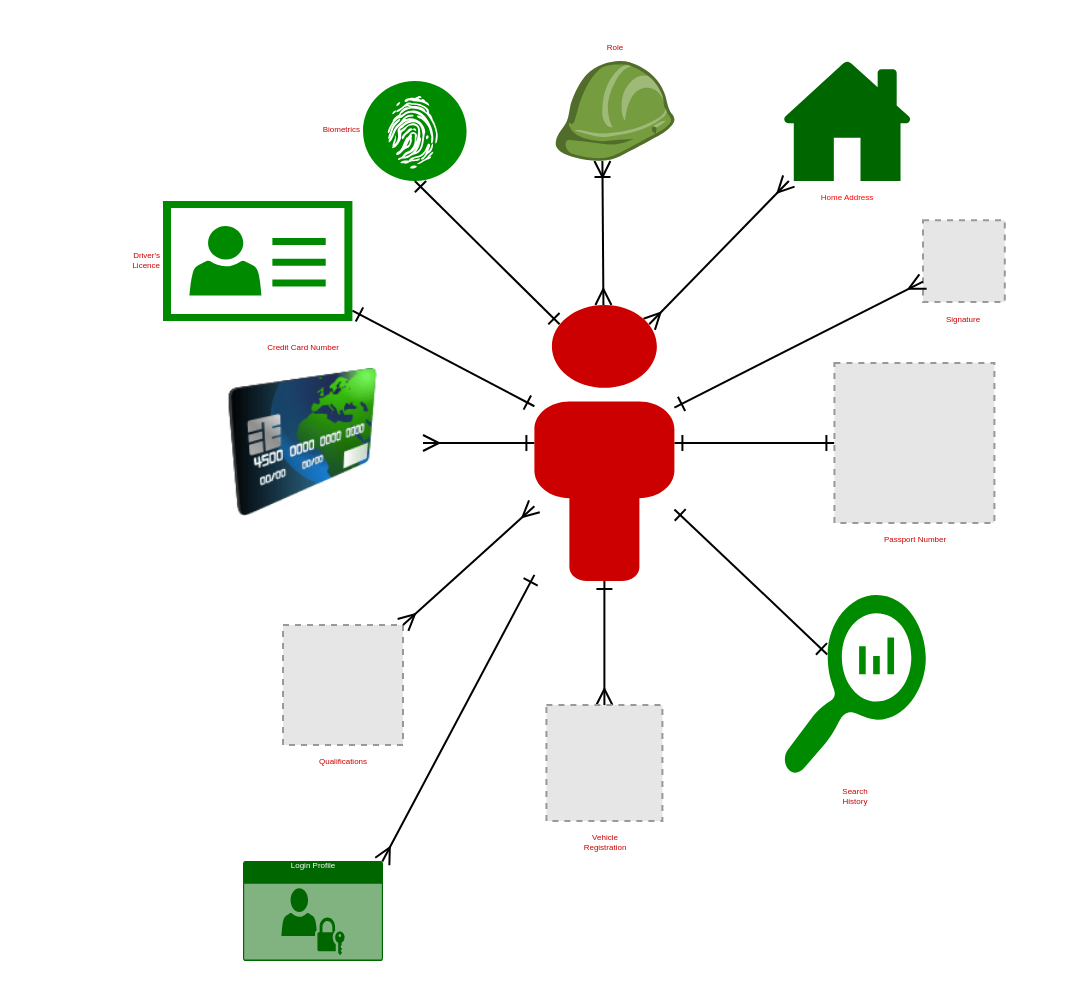
Earlier version of the draw.io diagram page "Page-3" (3 of 4) of Identity.drawio (gaurjain/drawio). Source tidied: cells renumbered, new cells numbered last; positions are measured from the earlier drawing's top-left corner, leaving out a move shared by most shapes. Both pictures are drawn from the tidied source at 200%, with x=0, y=0 at pixel (162, 60). Pictures stored in the file or linked from it are replaced by grey dashed boxes.
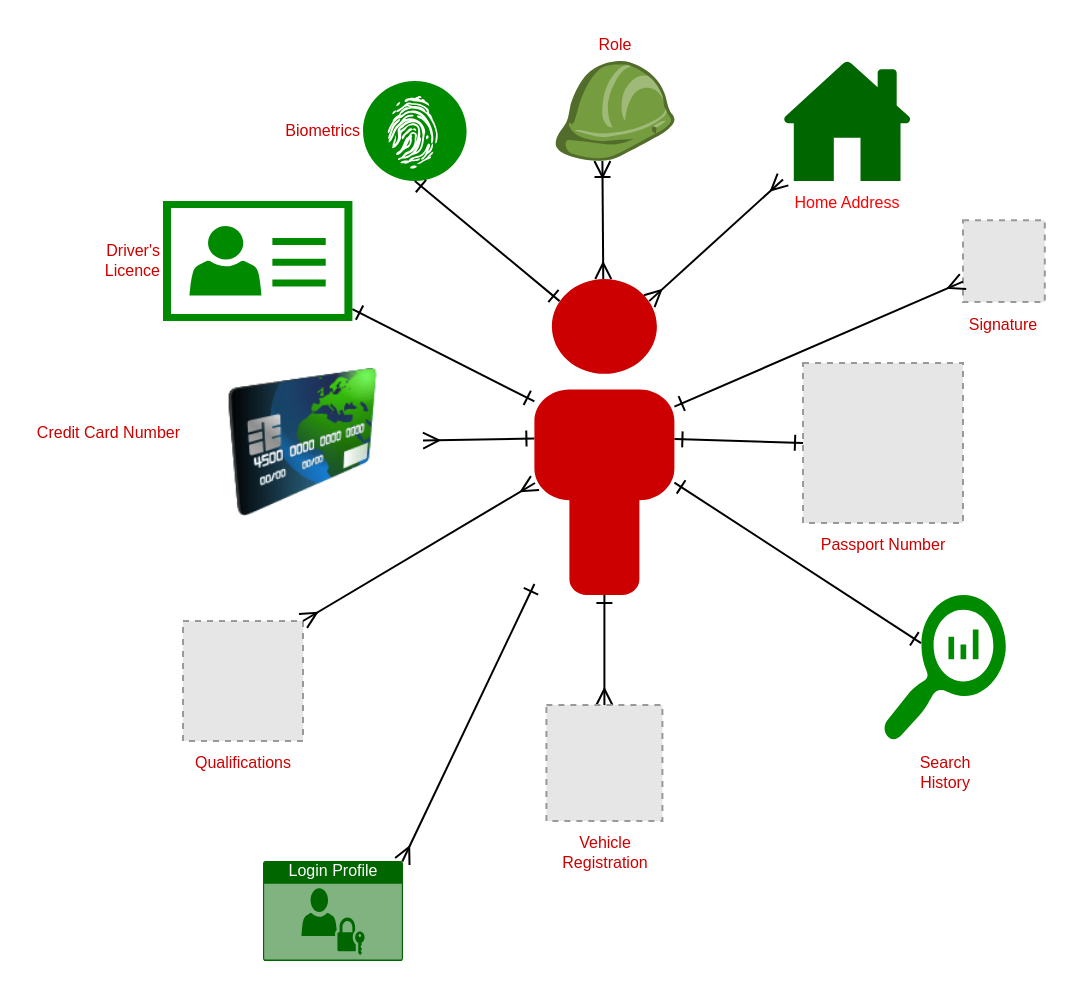
Above is the later version.

Diff of the diagram source:
```diff
@@
-    <mxCell id="2" style="edgeStyle=none;rounded=0;jettySize=auto;html=1;fontSize=4;fontColor=#CC0000;endArrow=ERmany;endFill=0;startArrow=ERmany;startFill=0;exitX=0.82;exitY=0.07;exitDx=0;exitDy=0;exitPerimeter=0;" parent="1" edge="1" source="9" target="10">
+    <mxCell id="2" style="edgeStyle=none;rounded=0;jettySize=auto;html=1;fontSize=8;fontColor=#CC0000;endArrow=ERmany;endFill=0;startArrow=ERmany;startFill=0;exitX=0.82;exitY=0.07;exitDx=0;exitDy=0;exitPerimeter=0;" parent="1" edge="1" source="9" target="10">
       <mxGeometry relative="1" as="geometry" />
     </mxCell>
-    <mxCell id="3" style="edgeStyle=none;rounded=0;jettySize=auto;html=1;startArrow=ERone;startFill=0;endArrow=ERone;endFill=0;fontSize=4;fontColor=#CC0000;entryX=0;entryY=0.5;entryDx=0;entryDy=0;" parent="1" edge="1" source="9" target="11">
+    <mxCell id="3" style="edgeStyle=none;rounded=0;jettySize=auto;html=1;startArrow=ERone;startFill=0;endArrow=ERone;endFill=0;fontSize=8;fontColor=#CC0000;entryX=0;entryY=0.5;entryDx=0;entryDy=0;" parent="1" edge="1" source="9" target="11">
       <mxGeometry relative="1" as="geometry" />
     </mxCell>
-    <mxCell id="4" style="edgeStyle=none;rounded=0;jettySize=auto;html=1;startArrow=ERone;startFill=0;endArrow=ERone;endFill=0;fontSize=4;fontColor=#CC0000;entryX=0.31;entryY=0.33;entryDx=0;entryDy=0;entryPerimeter=0;" parent="1" edge="1" source="9" target="12">
+    <mxCell id="4" style="edgeStyle=none;rounded=0;jettySize=auto;html=1;startArrow=ERone;startFill=0;endArrow=ERone;endFill=0;fontSize=8;fontColor=#CC0000;entryX=0.31;entryY=0.33;entryDx=0;entryDy=0;entryPerimeter=0;" parent="1" edge="1" source="9" target="12">
       <mxGeometry relative="1" as="geometry" />
     </mxCell>
-    <mxCell id="5" style="edgeStyle=none;rounded=0;jettySize=auto;html=1;startArrow=ERone;startFill=0;endArrow=ERone;endFill=0;fontSize=4;fontColor=#CC0000;" parent="1" edge="1" source="9" target="13">
+    <mxCell id="5" style="edgeStyle=none;rounded=0;jettySize=auto;html=1;startArrow=ERone;startFill=0;endArrow=ERone;endFill=0;fontSize=8;fontColor=#CC0000;" parent="1" edge="1" source="9" target="13">
       <mxGeometry relative="1" as="geometry" />
     </mxCell>
-    <mxCell id="6" style="edgeStyle=none;rounded=0;jettySize=auto;html=1;startArrow=ERone;startFill=0;endArrow=ERmany;endFill=0;fontSize=4;fontColor=#CC0000;" parent="1" edge="1" source="9" target="14">
+    <mxCell id="6" style="edgeStyle=none;rounded=0;jettySize=auto;html=1;startArrow=ERone;startFill=0;endArrow=ERmany;endFill=0;fontSize=8;fontColor=#CC0000;" parent="1" edge="1" source="9" target="14">
       <mxGeometry relative="1" as="geometry" />
     </mxCell>
-    <mxCell id="7" style="edgeStyle=none;rounded=0;jettySize=auto;html=1;startArrow=ERone;startFill=0;endArrow=ERmany;endFill=0;fontSize=4;fontColor=#CC0000;" parent="1" edge="1" source="9" target="15">
+    <mxCell id="7" style="edgeStyle=none;rounded=0;jettySize=auto;html=1;startArrow=ERone;startFill=0;endArrow=ERmany;endFill=0;fontSize=8;fontColor=#CC0000;" parent="1" edge="1" source="9" target="15">
       <mxGeometry relative="1" as="geometry" />
     </mxCell>
-    <mxCell id="8" style="edgeStyle=none;rounded=0;jettySize=auto;html=1;startArrow=ERmany;startFill=0;endArrow=ERoneToMany;endFill=0;fontSize=4;fontColor=#CC0000;entryX=0.4;entryY=1;entryDx=0;entryDy=0;entryPerimeter=0;" parent="1" edge="1" source="9" target="21">
+    <mxCell id="8" style="edgeStyle=none;rounded=0;jettySize=auto;html=1;startArrow=ERmany;startFill=0;endArrow=ERoneToMany;endFill=0;fontSize=8;fontColor=#CC0000;entryX=0.4;entryY=1;entryDx=0;entryDy=0;entryPerimeter=0;" parent="1" edge="1" source="9" target="21">
       <mxGeometry relative="1" as="geometry" />
     </mxCell>
-    <mxCell id="9" style="verticalAlign=top;verticalLabelPosition=bottom;labelPosition=center;align=center;html=1;outlineConnect=0;fillColor=#CC0000;strokeColor=none;gradientDirection=north;strokeWidth=2;shape=mxgraph.networks.user_male;fontColor=#FF0000;fontSize=10;" parent="1" vertex="1">
-      <mxGeometry x="185.7" y="122" width="70" height="138" as="geometry" />
+    <mxCell id="9" style="verticalAlign=top;verticalLabelPosition=bottom;labelPosition=center;align=center;html=1;outlineConnect=0;fillColor=#CC0000;strokeColor=none;gradientDirection=north;strokeWidth=2;shape=mxgraph.networks.user_male;fontColor=#FF0000;fontSize=8;" parent="1" vertex="1">
+      <mxGeometry x="185.7" y="109" width="70" height="158" as="geometry" />
     </mxCell>
-    <mxCell id="10" value="Home Address" style="shadow=0;dashed=0;html=1;strokeColor=none;labelPosition=center;verticalLabelPosition=bottom;verticalAlign=top;outlineConnect=0;align=center;shape=mxgraph.office.concepts.home;fillColor=#006600;fontSize=4;fontColor=#FF0000;" parent="1" vertex="1">
+    <mxCell id="10" value="Home Address" style="shadow=0;dashed=0;html=1;strokeColor=none;labelPosition=center;verticalLabelPosition=bottom;verticalAlign=top;outlineConnect=0;align=center;shape=mxgraph.office.concepts.home;fillColor=#006600;fontSize=8;fontColor=#FF0000;" parent="1" vertex="1">
       <mxGeometry x="310" width="64.3" height="60" as="geometry" />
     </mxCell>
-    <mxCell id="11" value="Passport Number" style="fillColor=#E6E6E6;strokeColor=#999999;dashed=1;html=1;verticalAlign=top;verticalLabelPosition=bottom;labelBackgroundColor=none;fontSize=4;fontColor=#CC0000;" parent="1" vertex="1">
-      <mxGeometry x="335.7" y="151" width="80" height="80" as="geometry" />
+    <mxCell id="11" value="Passport Number" style="fillColor=#E6E6E6;strokeColor=#999999;dashed=1;html=1;verticalAlign=top;verticalLabelPosition=bottom;labelBackgroundColor=none;fontSize=8;fontColor=#CC0000;" parent="1" vertex="1">
+      <mxGeometry x="320" y="151" width="80" height="80" as="geometry" />
     </mxCell>
-    <mxCell id="12" value="Search &lt;br&gt;History" style="shadow=0;dashed=0;html=1;strokeColor=none;labelPosition=center;verticalLabelPosition=bottom;verticalAlign=top;align=center;fillColor=#008a00;shape=mxgraph.mscae.oms.log_search;labelBackgroundColor=none;fontSize=4;fontColor=#CC0000;" parent="1" vertex="1">
-      <mxGeometry x="310" y="267" width="71.4" height="90" as="geometry" />
+    <mxCell id="12" value="Search &lt;br style=&quot;font-size: 8px;&quot;&gt;History" style="shadow=0;dashed=0;html=1;strokeColor=none;labelPosition=center;verticalLabelPosition=bottom;verticalAlign=top;align=center;fillColor=#008a00;shape=mxgraph.mscae.oms.log_search;labelBackgroundColor=none;fontSize=8;fontColor=#CC0000;" parent="1" vertex="1">
+      <mxGeometry x="360" y="267" width="61.4" height="73" as="geometry" />
     </mxCell>
-    <mxCell id="13" value="Driver's&lt;br style=&quot;font-size: 4px;&quot;&gt;Licence" style="shadow=0;dashed=0;html=1;strokeColor=none;fillColor=#008a00;labelPosition=left;verticalLabelPosition=middle;verticalAlign=middle;outlineConnect=0;align=right;shape=mxgraph.office.concepts.contacts;fontColor=#CC0000;labelBackgroundColor=none;fontSize=4;" parent="1" vertex="1">
+    <mxCell id="13" value="Driver's&lt;br style=&quot;font-size: 8px;&quot;&gt;Licence" style="shadow=0;dashed=0;html=1;strokeColor=none;fillColor=#008a00;labelPosition=left;verticalLabelPosition=middle;verticalAlign=middle;outlineConnect=0;align=right;shape=mxgraph.office.concepts.contacts;fontColor=#CC0000;labelBackgroundColor=none;fontSize=8;" parent="1" vertex="1">
       <mxGeometry y="70" width="94.7" height="60" as="geometry" />
     </mxCell>
-    <mxCell id="14" value="Vehicle&lt;br&gt;Registration" style="fillColor=#E6E6E6;strokeColor=#999999;dashed=1;html=1;verticalAlign=top;verticalLabelPosition=bottom;labelBackgroundColor=none;fontSize=4;fontColor=#CC0000;" parent="1" vertex="1">
+    <mxCell id="14" value="Vehicle&lt;br style=&quot;font-size: 8px;&quot;&gt;Registration" style="fillColor=#E6E6E6;strokeColor=#999999;dashed=1;html=1;verticalAlign=top;verticalLabelPosition=bottom;labelBackgroundColor=none;fontSize=8;fontColor=#CC0000;" parent="1" vertex="1">
       <mxGeometry x="191.7" y="322" width="58" height="58" as="geometry" />
     </mxCell>
-    <mxCell id="15" value="Credit Card Number&lt;br&gt;&lt;br&gt;" style="image;html=1;labelBackgroundColor=none;image=img/lib/clip_art/finance/Credit_Card_128x128.png;shadow=0;strokeColor=none;fillColor=#008a00;fontColor=#CC0000;fontSize=4;labelPosition=center;verticalLabelPosition=top;align=center;verticalAlign=bottom;" parent="1" vertex="1">
+    <mxCell id="15" value="Credit Card Number&lt;br style=&quot;font-size: 8px;&quot;&gt;&lt;br style=&quot;font-size: 8px;&quot;&gt;" style="image;html=1;labelBackgroundColor=none;image=img/lib/clip_art/finance/Credit_Card_128x128.png;shadow=0;strokeColor=none;fillColor=#008a00;fontColor=#CC0000;fontSize=8;labelPosition=left;verticalLabelPosition=middle;align=right;verticalAlign=middle;" parent="1" vertex="1">
       <mxGeometry x="10" y="154" width="120" height="74" as="geometry" />
     </mxCell>
-    <mxCell id="16" value="Biometrics" style="verticalLabelPosition=middle;html=1;fillColor=#008a00;verticalAlign=middle;points=[[0.145,0.145,0],[0.8555,0.145,0],[0.855,0.855,0],[0.145,0.855,0],[0.5,0,0], [1,0.5,0], [0.5,1,0],[0,0.5,0]];align=right;shape=mxgraph.cisco_safe.capability.identity_authorization;shadow=0;labelBackgroundColor=none;strokeColor=none;strokeWidth=1;fontSize=4;fontColor=#CC0000;labelPosition=left;" parent="1" vertex="1">
+    <mxCell id="16" value="Biometrics" style="verticalLabelPosition=middle;html=1;fillColor=#008a00;verticalAlign=middle;points=[[0.145,0.145,0],[0.8555,0.145,0],[0.855,0.855,0],[0.145,0.855,0],[0.5,0,0], [1,0.5,0], [0.5,1,0],[0,0.5,0]];align=right;shape=mxgraph.cisco_safe.capability.identity_authorization;shadow=0;labelBackgroundColor=none;strokeColor=none;strokeWidth=1;fontSize=8;fontColor=#CC0000;labelPosition=left;" parent="1" vertex="1">
       <mxGeometry x="100" y="10" width="51.8" height="50" as="geometry" />
     </mxCell>
-    <mxCell id="17" value="&lt;font color=&quot;#cc0000&quot;&gt;Qualifications&lt;/font&gt;" style="fillColor=#E6E6E6;strokeColor=#999999;dashed=1;html=1;verticalAlign=top;verticalLabelPosition=bottom;labelBackgroundColor=none;fontSize=4;fontColor=#FF0000;labelPosition=center;align=center;" parent="1" vertex="1">
-      <mxGeometry x="60" y="282" width="60" height="60" as="geometry" />
+    <mxCell id="17" value="&lt;font color=&quot;#cc0000&quot; style=&quot;font-size: 8px;&quot;&gt;Qualifications&lt;/font&gt;" style="fillColor=#E6E6E6;strokeColor=#999999;dashed=1;html=1;verticalAlign=top;verticalLabelPosition=bottom;labelBackgroundColor=none;fontSize=8;fontColor=#FF0000;labelPosition=center;align=center;" parent="1" vertex="1">
+      <mxGeometry x="10" y="280" width="60" height="60" as="geometry" />
     </mxCell>
-    <mxCell id="18" style="edgeStyle=none;rounded=0;jettySize=auto;html=1;startArrow=ERmany;startFill=0;endArrow=ERmany;endFill=0;fontSize=4;fontColor=#CC0000;entryX=1;entryY=0;entryDx=0;entryDy=0;" parent="1" edge="1" source="9" target="17">
-      <mxGeometry relative="1" as="geometry" />
+    <mxCell id="18" style="edgeStyle=none;rounded=0;jettySize=auto;html=1;startArrow=ERmany;startFill=0;endArrow=ERmany;endFill=0;fontSize=8;fontColor=#CC0000;entryX=1;entryY=0;entryDx=0;entryDy=0;" parent="1" edge="1" target="17">
+      <mxGeometry relative="1" as="geometry">
+        <mxPoint x="186" y="211" as="sourcePoint" />
+      </mxGeometry>
     </mxCell>
-    <mxCell id="19" value="Login Profile" style="html=1;strokeColor=none;fillColor=#006600;labelPosition=center;verticalLabelPosition=middle;verticalAlign=top;align=center;fontSize=4;outlineConnect=0;spacingTop=-6;fontColor=#FFFFFF;shape=mxgraph.sitemap.login;labelBackgroundColor=none;" parent="1" vertex="1">
-      <mxGeometry x="40" y="400" width="70" height="50" as="geometry" />
+    <mxCell id="19" value="Login Profile" style="html=1;strokeColor=none;fillColor=#006600;labelPosition=center;verticalLabelPosition=middle;verticalAlign=top;align=center;fontSize=8;outlineConnect=0;spacingTop=-6;fontColor=#FFFFFF;shape=mxgraph.sitemap.login;labelBackgroundColor=none;" parent="1" vertex="1">
+      <mxGeometry x="50" y="400" width="70" height="50" as="geometry" />
     </mxCell>
-    <mxCell id="20" style="edgeStyle=none;rounded=0;jettySize=auto;html=1;startArrow=ERone;startFill=0;endArrow=ERmany;endFill=0;fontSize=4;fontColor=#CC0000;entryX=0.995;entryY=0.005;entryDx=0;entryDy=0;entryPerimeter=0;" parent="1" edge="1" source="9" target="19">
+    <mxCell id="20" style="edgeStyle=none;rounded=0;jettySize=auto;html=1;startArrow=ERone;startFill=0;endArrow=ERmany;endFill=0;fontSize=8;fontColor=#CC0000;entryX=0.995;entryY=0.005;entryDx=0;entryDy=0;entryPerimeter=0;" parent="1" edge="1" source="9" target="19">
       <mxGeometry relative="1" as="geometry" />
     </mxCell>
-    <mxCell id="21" value="&lt;font style=&quot;font-size: 4px&quot;&gt;Role&lt;/font&gt;" style="outlineConnect=0;dashed=0;verticalLabelPosition=top;verticalAlign=bottom;align=center;html=1;shape=mxgraph.aws3.role;fillColor=#759C3E;gradientColor=none;shadow=0;strokeColor=#FF0000;labelBackgroundColor=none;fontColor=#CC0000;fontSize=8;labelPosition=center;" parent="1" vertex="1">
+    <mxCell id="21" value="&lt;font style=&quot;font-size: 8px;&quot;&gt;Role&lt;/font&gt;" style="outlineConnect=0;dashed=0;verticalLabelPosition=top;verticalAlign=bottom;align=center;html=1;shape=mxgraph.aws3.role;fillColor=#759C3E;gradientColor=none;shadow=0;strokeColor=#FF0000;labelBackgroundColor=none;fontColor=#CC0000;fontSize=8;labelPosition=center;" parent="1" vertex="1">
       <mxGeometry x="195.7" width="60" height="50" as="geometry" />
     </mxCell>
-    <mxCell id="22" style="edgeStyle=none;rounded=0;jettySize=auto;html=1;startArrow=ERone;startFill=0;endArrow=ERone;endFill=0;fontSize=4;fontColor=#CC0000;entryX=0.5;entryY=1;entryDx=0;entryDy=0;entryPerimeter=0;exitX=0.18;exitY=0.07;exitDx=0;exitDy=0;exitPerimeter=0;" parent="1" edge="1" source="9" target="16">
+    <mxCell id="22" style="edgeStyle=none;rounded=0;jettySize=auto;html=1;startArrow=ERone;startFill=0;endArrow=ERone;endFill=0;fontSize=8;fontColor=#CC0000;entryX=0.5;entryY=1;entryDx=0;entryDy=0;entryPerimeter=0;exitX=0.18;exitY=0.07;exitDx=0;exitDy=0;exitPerimeter=0;" parent="1" edge="1" source="9" target="16">
       <mxGeometry relative="1" as="geometry" />
     </mxCell>
-    <mxCell id="23" value="Signature" style="fillColor=#E6E6E6;strokeColor=#999999;dashed=1;html=1;verticalAlign=top;verticalLabelPosition=bottom;labelBackgroundColor=none;fontSize=4;fontColor=#CC0000;fontStyle=0;" parent="1" vertex="1">
-      <mxGeometry x="380" y="79.6" width="40.9" height="40.9" as="geometry" />
+    <mxCell id="23" value="Signature" style="fillColor=#E6E6E6;strokeColor=#999999;dashed=1;html=1;verticalAlign=top;verticalLabelPosition=bottom;labelBackgroundColor=none;fontSize=8;fontColor=#CC0000;fontStyle=0;" parent="1" vertex="1">
+      <mxGeometry x="400" y="79.6" width="40.9" height="40.9" as="geometry" />
     </mxCell>
-    <mxCell id="24" style="edgeStyle=none;rounded=0;jettySize=auto;html=1;startArrow=ERone;startFill=0;endArrow=ERmany;endFill=0;fontSize=4;fontColor=#CC0000;entryX=0;entryY=0.75;entryDx=0;entryDy=0;" parent="1" edge="1" source="9" target="23">
+    <mxCell id="24" style="edgeStyle=none;rounded=0;jettySize=auto;html=1;startArrow=ERone;startFill=0;endArrow=ERmany;endFill=0;fontSize=8;fontColor=#CC0000;entryX=0;entryY=0.75;entryDx=0;entryDy=0;" parent="1" edge="1" source="9" target="23">
       <mxGeometry relative="1" as="geometry" />
     </mxCell>
```
